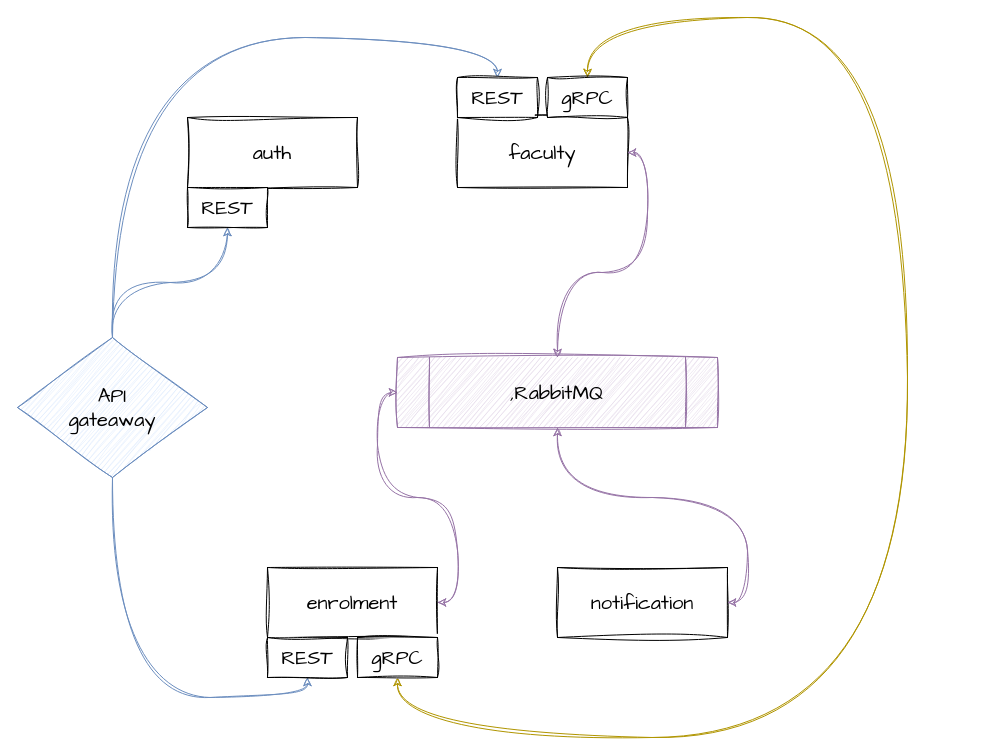
Above: system.drawio in stas-bukovskiy/spring-boot-microservices (draw.io), before the change. Source tidied: cells renumbered, new cells numbered last; positions are measured from the earlier drawing's top-left corner, leaving out a move shared by most shapes. Both pictures are drawn from the tidied source at 100%, with x=0, y=0 at pixel (17, 17).
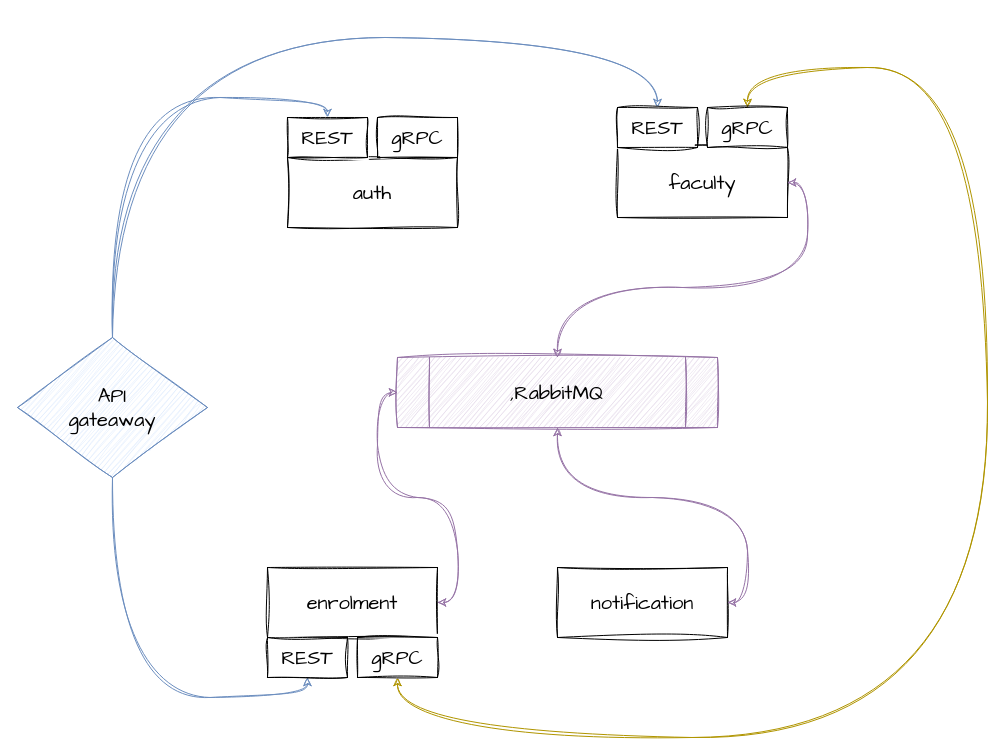
After the change.

The change refers to these unchanged cells:
```xml
<mxCell id="5" value="API&lt;br&gt;gateaway" style="rhombus;whiteSpace=wrap;html=1;sketch=1;hachureGap=4;jiggle=2;curveFitting=1;fontFamily=Architects Daughter;fontSize=20;fillColor=#dae8fc;strokeColor=#6c8ebf;" parent="1" vertex="1">
  <mxGeometry y="320" width="190" height="140" as="geometry" />
</mxCell>
<mxCell id="14" value="gRPC" style="rounded=0;whiteSpace=wrap;html=1;sketch=1;hachureGap=4;jiggle=2;curveFitting=1;fontFamily=Architects Daughter;fontSize=20;" parent="1" vertex="1">
  <mxGeometry x="340" y="620" width="80" height="40" as="geometry" />
</mxCell>
```

Change to the diagram source:
```diff
@@
-    <mxCell id="2" style="edgeStyle=orthogonalEdgeStyle;rounded=0;sketch=1;hachureGap=4;jiggle=2;curveFitting=1;jettySize=auto;html=1;fontFamily=Architects Daughter;fontSize=16;curved=1;exitX=0.5;exitY=0;exitDx=0;exitDy=0;fillColor=#dae8fc;strokeColor=#6c8ebf;" parent="1" edge="1" source="5" target="8">
+    <mxCell id="2" style="edgeStyle=orthogonalEdgeStyle;rounded=0;sketch=1;hachureGap=4;jiggle=2;curveFitting=1;jettySize=auto;html=1;fontFamily=Architects Daughter;fontSize=16;curved=1;exitX=0.5;exitY=0;exitDx=0;exitDy=0;fillColor=#dae8fc;strokeColor=#6c8ebf;entryX=0.5;entryY=0;entryDx=0;entryDy=0;" parent="1" edge="1" source="5" target="8">
       <mxGeometry relative="1" as="geometry" />
     </mxCell>
     <mxCell id="3" style="edgeStyle=orthogonalEdgeStyle;rounded=0;sketch=1;hachureGap=4;jiggle=2;curveFitting=1;jettySize=auto;html=1;entryX=0.5;entryY=0;entryDx=0;entryDy=0;fontFamily=Architects Daughter;fontSize=16;curved=1;fillColor=#dae8fc;strokeColor=#6c8ebf;exitX=0.5;exitY=0;exitDx=0;exitDy=0;" parent="1" edge="1" source="5" target="9">
       <mxGeometry relative="1" as="geometry">
         <Array as="points">
           <mxPoint x="95" y="20" />
-          <mxPoint x="480" y="20" />
+          <mxPoint x="640" y="20" />
         </Array>
       </mxGeometry>
     </mxCell>
@@
     <mxCell id="6" value="auth" style="rounded=0;whiteSpace=wrap;html=1;sketch=1;hachureGap=4;jiggle=2;curveFitting=1;fontFamily=Architects Daughter;fontSize=20;" parent="1" vertex="1">
-      <mxGeometry x="170" y="100" width="170" height="70" as="geometry" />
+      <mxGeometry x="270" y="140" width="170" height="70" as="geometry" />
     </mxCell>
     <mxCell id="7" value="faculty" style="rounded=0;whiteSpace=wrap;html=1;sketch=1;hachureGap=4;jiggle=2;curveFitting=1;fontFamily=Architects Daughter;fontSize=20;" parent="1" vertex="1">
-      <mxGeometry x="440" y="100" width="170" height="70" as="geometry" />
+      <mxGeometry x="600" y="130" width="170" height="70" as="geometry" />
     </mxCell>
     <mxCell id="8" value="REST" style="rounded=0;whiteSpace=wrap;html=1;sketch=1;hachureGap=4;jiggle=2;curveFitting=1;fontFamily=Architects Daughter;fontSize=20;" parent="1" vertex="1">
-      <mxGeometry x="170" y="170" width="80" height="40" as="geometry" />
+      <mxGeometry x="270" y="100" width="80" height="40" as="geometry" />
     </mxCell>
     <mxCell id="9" value="REST" style="rounded=0;whiteSpace=wrap;html=1;sketch=1;hachureGap=4;jiggle=2;curveFitting=1;fontFamily=Architects Daughter;fontSize=20;" parent="1" vertex="1">
-      <mxGeometry x="440" y="60" width="80" height="40" as="geometry" />
+      <mxGeometry x="600" y="90" width="80" height="40" as="geometry" />
     </mxCell>
@@
     <mxCell id="13" style="edgeStyle=orthogonalEdgeStyle;rounded=0;sketch=1;hachureGap=4;jiggle=2;curveFitting=1;jettySize=auto;html=1;entryX=0.5;entryY=0;entryDx=0;entryDy=0;fontFamily=Architects Daughter;fontSize=16;fillColor=#e3c800;strokeColor=#B09500;curved=1;startArrow=classic;startFill=1;" parent="1" edge="1" source="14" target="15">
       <mxGeometry relative="1" as="geometry">
         <Array as="points">
           <mxPoint x="380" y="720" />
-          <mxPoint x="890" y="720" />
-          <mxPoint x="890" />
-          <mxPoint x="570" />
+          <mxPoint x="970" y="720" />
+          <mxPoint x="970" y="50" />
+          <mxPoint x="730" y="50" />
         </Array>
       </mxGeometry>
     </mxCell>
@@
     <mxCell id="15" value="gRPC" style="rounded=0;whiteSpace=wrap;html=1;sketch=1;hachureGap=4;jiggle=2;curveFitting=1;fontFamily=Architects Daughter;fontSize=20;" parent="1" vertex="1">
-      <mxGeometry x="530" y="60" width="80" height="40" as="geometry" />
+      <mxGeometry x="690" y="90" width="80" height="40" as="geometry" />
     </mxCell>
@@
+    <mxCell id="20" value="gRPC" style="rounded=0;whiteSpace=wrap;html=1;sketch=1;hachureGap=4;jiggle=2;curveFitting=1;fontFamily=Architects Daughter;fontSize=20;" parent="1" vertex="1">
+      <mxGeometry x="360" y="100" width="80" height="40" as="geometry" />
+    </mxCell>
```
